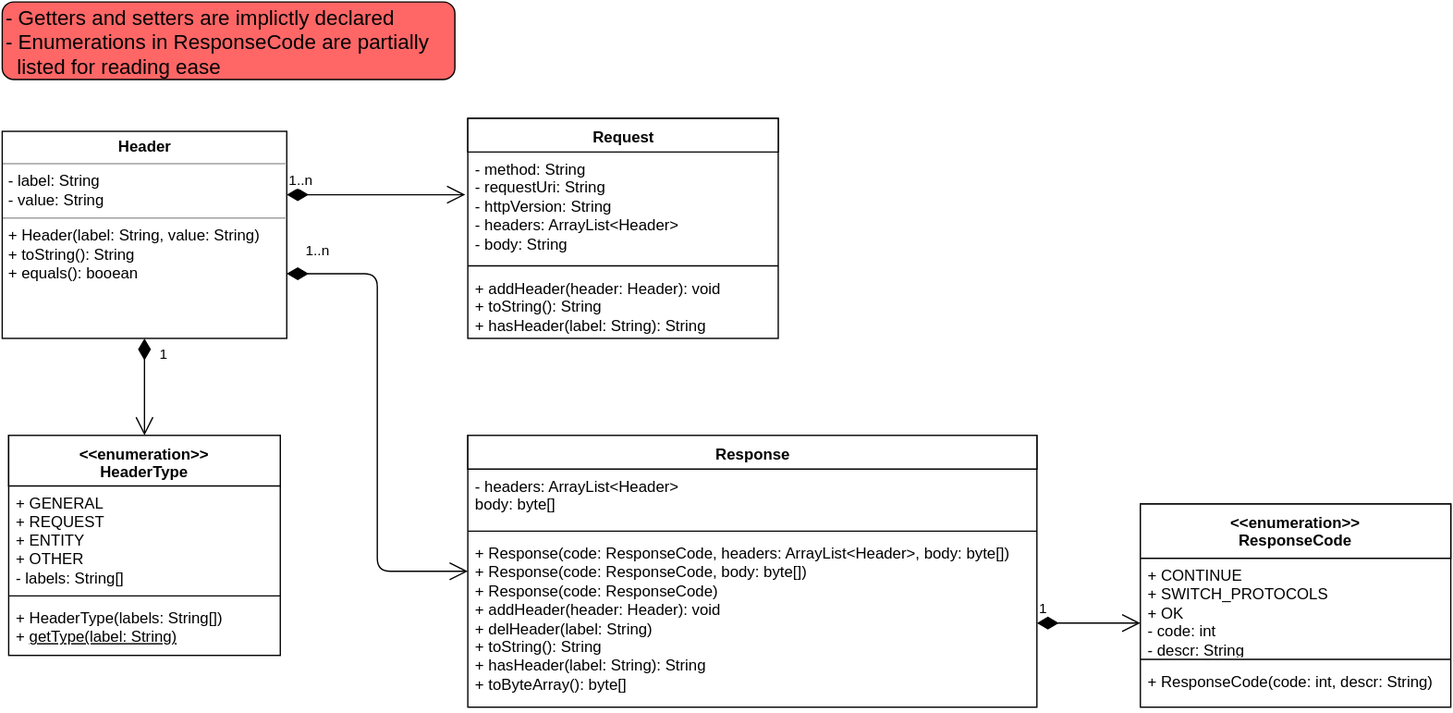
The draw.io diagram uml/Java_Projet.svg in Julien00859/JWS, before a commit. Source tidied: cells renumbered, new cells last; positions are measured from the earlier drawing's top-left corner, leaving out a move shared by most shapes. Source of this version:
```xml
<mxGraphModel background="#ffffff">
  <root>
    <mxCell id="0" style="html=1;" />
    <mxCell id="1" style="html=1;" parent="0" />
    <mxCell id="2" value="&lt;p style=&quot;margin: 0px ; margin-top: 4px ; text-align: center&quot;&gt;&lt;b&gt;Header&lt;/b&gt;&lt;/p&gt;&lt;hr size=&quot;1&quot;&gt;&lt;p style=&quot;margin: 0px ; margin-left: 4px&quot;&gt;- label: String&lt;/p&gt;&lt;p style=&quot;margin: 0px ; margin-left: 4px&quot;&gt;- value: String&lt;/p&gt;&lt;hr size=&quot;1&quot;&gt;&lt;p style=&quot;margin: 0px ; margin-left: 4px&quot;&gt;+ Header(label: String, value: String)&lt;/p&gt;&lt;p style=&quot;margin: 0px ; margin-left: 4px&quot;&gt;+ toString(): String&lt;/p&gt;&lt;p style=&quot;margin: 0px ; margin-left: 4px&quot;&gt;+ equals(): booean&lt;/p&gt;&lt;p style=&quot;margin: 0px ; margin-left: 4px&quot;&gt;&lt;br&gt;&lt;/p&gt;" style="verticalAlign=top;align=left;overflow=fill;fontSize=12;fontFamily=Helvetica;html=1;" parent="1" vertex="1">
      <mxGeometry y="100" width="220" height="160" as="geometry" />
    </mxCell>
    <mxCell id="3" value="&lt;div&gt;&lt;span&gt;&amp;lt;&amp;lt;enumeration&amp;gt;&amp;gt;&lt;br&gt;HeaderType&lt;/span&gt;&lt;br&gt;&lt;/div&gt;" style="swimlane;html=1;fontStyle=1;align=center;verticalAlign=top;horizontal=1;startSize=39;swimlaneFillColor=#ffffff;" parent="1" vertex="1">
      <mxGeometry x="5" y="335" width="210" height="170" as="geometry" />
    </mxCell>
    <mxCell id="4" value="+ GENERAL&lt;div&gt;+ REQUEST&lt;br&gt;+ ENTITY&lt;br&gt;+ OTHER&lt;/div&gt;&lt;div&gt;- labels: String[]&lt;/div&gt;" style="text;html=1;strokeColor=none;fillColor=none;align=left;verticalAlign=top;spacingLeft=4;spacingRight=4;whiteSpace=wrap;overflow=hidden;" parent="3" vertex="1">
      <mxGeometry y="39" width="210" height="81" as="geometry" />
    </mxCell>
    <mxCell id="5" style="line;html=1;strokeWidth=1;fillColor=none;align=left;verticalAlign=middle;spacingTop=-1;spacingLeft=3;spacingRight=3;labelPosition=right;" parent="3" vertex="1">
      <mxGeometry y="120" width="210" height="8" as="geometry" />
    </mxCell>
    <mxCell id="6" value="+ HeaderType(labels: String[])&lt;div&gt;+ &lt;u&gt;getType(label: String)&lt;/u&gt;&lt;/div&gt;" style="text;html=1;strokeColor=none;fillColor=none;align=left;verticalAlign=top;spacingLeft=4;spacingRight=4;whiteSpace=wrap;overflow=hidden;" parent="3" vertex="1">
      <mxGeometry y="128" width="210" height="42" as="geometry" />
    </mxCell>
    <mxCell id="7" value="Request" style="swimlane;html=1;fontStyle=1;align=center;verticalAlign=top;horizontal=1;startSize=26;swimlaneFillColor=#ffffff;" parent="1" vertex="1">
      <mxGeometry x="360" y="90" width="240" height="170" as="geometry" />
    </mxCell>
    <mxCell id="8" value="- method: String&lt;div&gt;- requestUri: String&lt;/div&gt;&lt;div&gt;- httpVersion: String&lt;/div&gt;&lt;div&gt;- headers: ArrayList&amp;lt;Header&amp;gt;&lt;/div&gt;&lt;div&gt;- body: String&lt;/div&gt;" style="text;html=1;strokeColor=none;fillColor=none;align=left;verticalAlign=top;spacingLeft=4;spacingRight=4;whiteSpace=wrap;overflow=hidden;points=[[0,0.5],[1,0.5]];portConstraint=eastwest;" parent="7" vertex="1">
      <mxGeometry y="26" width="240" height="84" as="geometry" />
    </mxCell>
    <mxCell id="9" style="line;html=1;strokeWidth=1;fillColor=none;align=left;verticalAlign=middle;spacingTop=-1;spacingLeft=3;spacingRight=3;labelPosition=right;" parent="7" vertex="1">
      <mxGeometry y="110" width="240" height="8" as="geometry" />
    </mxCell>
    <mxCell id="10" value="&lt;div&gt;+ addHeader(header: Header): void&lt;/div&gt;&lt;div&gt;+ toString(): String&lt;/div&gt;&lt;div&gt;+ hasHeader(label: String): String&lt;/div&gt;" style="text;html=1;strokeColor=none;fillColor=none;align=left;verticalAlign=top;spacingLeft=4;spacingRight=4;whiteSpace=wrap;overflow=hidden;" parent="7" vertex="1">
      <mxGeometry y="118" width="240" height="52" as="geometry" />
    </mxCell>
    <mxCell id="11" value="Response" style="swimlane;html=1;fontStyle=1;align=center;verticalAlign=top;horizontal=1;startSize=26;swimlaneFillColor=#ffffff;" parent="1" vertex="1">
      <mxGeometry x="360" y="335" width="440" height="210" as="geometry" />
    </mxCell>
    <mxCell id="12" value="&lt;div&gt;- headers: ArrayList&amp;lt;Header&amp;gt;&lt;/div&gt;&lt;div&gt;body: byte[]&lt;/div&gt;" style="text;html=1;strokeColor=none;fillColor=none;align=left;verticalAlign=top;spacingLeft=4;spacingRight=4;whiteSpace=wrap;overflow=hidden;" parent="11" vertex="1">
      <mxGeometry y="26" width="440" height="44" as="geometry" />
    </mxCell>
    <mxCell id="13" style="line;html=1;strokeWidth=1;fillColor=none;align=left;verticalAlign=middle;spacingTop=-1;spacingLeft=3;spacingRight=3;labelPosition=right;" parent="11" vertex="1">
      <mxGeometry y="70" width="440" height="8" as="geometry" />
    </mxCell>
    <mxCell id="14" value="+ Response(code: ResponseCode, headers: ArrayList&amp;lt;Header&amp;gt;, body: byte[])&lt;div&gt;+ Response(code: ResponseCode, body: byte[])&lt;/div&gt;&lt;div&gt;+ Response(code: ResponseCode)&lt;br&gt;&lt;div&gt;&lt;div&gt;+ addHeader(header: Header): void&lt;/div&gt;&lt;div&gt;+ delHeader(label: String)&lt;/div&gt;&lt;div&gt;+ toString(): String&lt;/div&gt;&lt;div&gt;+ hasHeader(label: String): String&lt;/div&gt;&lt;/div&gt;&lt;/div&gt;&lt;div&gt;+ toByteArray(): byte[]&lt;/div&gt;" style="text;html=1;strokeColor=none;fillColor=none;align=left;verticalAlign=top;spacingLeft=4;spacingRight=4;whiteSpace=wrap;overflow=hidden;" parent="11" vertex="1">
      <mxGeometry y="78" width="440" height="132" as="geometry" />
    </mxCell>
    <mxCell id="15" value="&lt;div&gt;&amp;lt;&amp;lt;enumeration&amp;gt;&amp;gt;&lt;/div&gt;ResponseCode" style="swimlane;html=1;fontStyle=1;align=center;verticalAlign=top;horizontal=1;startSize=42;swimlaneFillColor=#ffffff;" parent="1" vertex="1">
      <mxGeometry x="880" y="388" width="240" height="157" as="geometry" />
    </mxCell>
    <mxCell id="16" value="+ CONTINUE&lt;div&gt;+ SWITCH_PROTOCOLS&lt;/div&gt;&lt;div&gt;+ OK&lt;/div&gt;&lt;div&gt;- code: int&lt;/div&gt;&lt;div&gt;- descr: String&lt;/div&gt;&lt;div&gt;&lt;br&gt;&lt;/div&gt;" style="text;html=1;strokeColor=none;fillColor=none;align=left;verticalAlign=top;spacingLeft=4;spacingRight=4;whiteSpace=wrap;overflow=hidden;" parent="15" vertex="1">
      <mxGeometry y="42" width="240" height="74" as="geometry" />
    </mxCell>
    <mxCell id="17" style="line;html=1;strokeWidth=1;fillColor=none;align=left;verticalAlign=middle;spacingTop=-1;spacingLeft=3;spacingRight=3;labelPosition=right;" parent="15" vertex="1">
      <mxGeometry y="116" width="240" height="8" as="geometry" />
    </mxCell>
    <mxCell id="18" value="+ ResponseCode(code: int, descr: String)&lt;div&gt;&lt;br&gt;&lt;/div&gt;" style="text;html=1;strokeColor=none;fillColor=none;align=left;verticalAlign=top;spacingLeft=4;spacingRight=4;whiteSpace=wrap;overflow=hidden;" parent="15" vertex="1">
      <mxGeometry y="124" width="240" height="26" as="geometry" />
    </mxCell>
    <mxCell id="19" value="&lt;span style=&quot;font-size: 16px&quot;&gt;- Getters and setters are implictly declared&lt;br&gt;- Enumerations in ResponseCode are partially &amp;nbsp; &amp;nbsp; &amp;nbsp; listed for reading ease&lt;/span&gt;" style="rounded=1;whiteSpace=wrap;html=1;fillColor=#FF6666;align=left;" parent="1" vertex="1">
      <mxGeometry width="350" height="60" as="geometry" />
    </mxCell>
    <mxCell id="20" value="1" style="endArrow=open;html=1;endSize=12;startArrow=diamondThin;startSize=14;startFill=1;edgeStyle=orthogonalEdgeStyle;align=left;verticalAlign=bottom;exitX=0.5;exitY=1;" parent="1" edge="1" source="2" target="3">
      <mxGeometry x="-0.47" y="10" relative="1" as="geometry" />
    </mxCell>
    <mxCell id="21" value="1..n" style="endArrow=open;html=1;endSize=12;startArrow=diamondThin;startSize=14;startFill=1;edgeStyle=orthogonalEdgeStyle;align=left;verticalAlign=bottom;" parent="1" edge="1">
      <mxGeometry x="-0.93" y="10" relative="1" as="geometry">
        <mxPoint x="220" y="210" as="sourcePoint" />
        <mxPoint x="360" y="440" as="targetPoint" />
        <Array as="points">
          <mxPoint x="220" y="210" />
          <mxPoint x="290" y="210" />
          <mxPoint x="290" y="440" />
        </Array>
      </mxGeometry>
    </mxCell>
    <mxCell id="22" value="1..n" style="endArrow=open;html=1;endSize=12;startArrow=diamondThin;startSize=14;startFill=1;edgeStyle=orthogonalEdgeStyle;align=left;verticalAlign=bottom;entryX=-0.008;entryY=0.393;entryPerimeter=0;" parent="1" edge="1" target="8">
      <mxGeometry x="-1" y="3" relative="1" as="geometry">
        <mxPoint x="220" y="149" as="sourcePoint" />
      </mxGeometry>
    </mxCell>
    <mxCell id="23" value="1" style="endArrow=open;html=1;endSize=12;startArrow=diamondThin;startSize=14;startFill=1;edgeStyle=orthogonalEdgeStyle;align=left;verticalAlign=bottom;" parent="1" edge="1">
      <mxGeometry x="-1" y="3" relative="1" as="geometry">
        <mxPoint x="800" y="480" as="sourcePoint" />
        <mxPoint x="880" y="480" as="targetPoint" />
      </mxGeometry>
    </mxCell>
  </root>
</mxGraphModel>
```
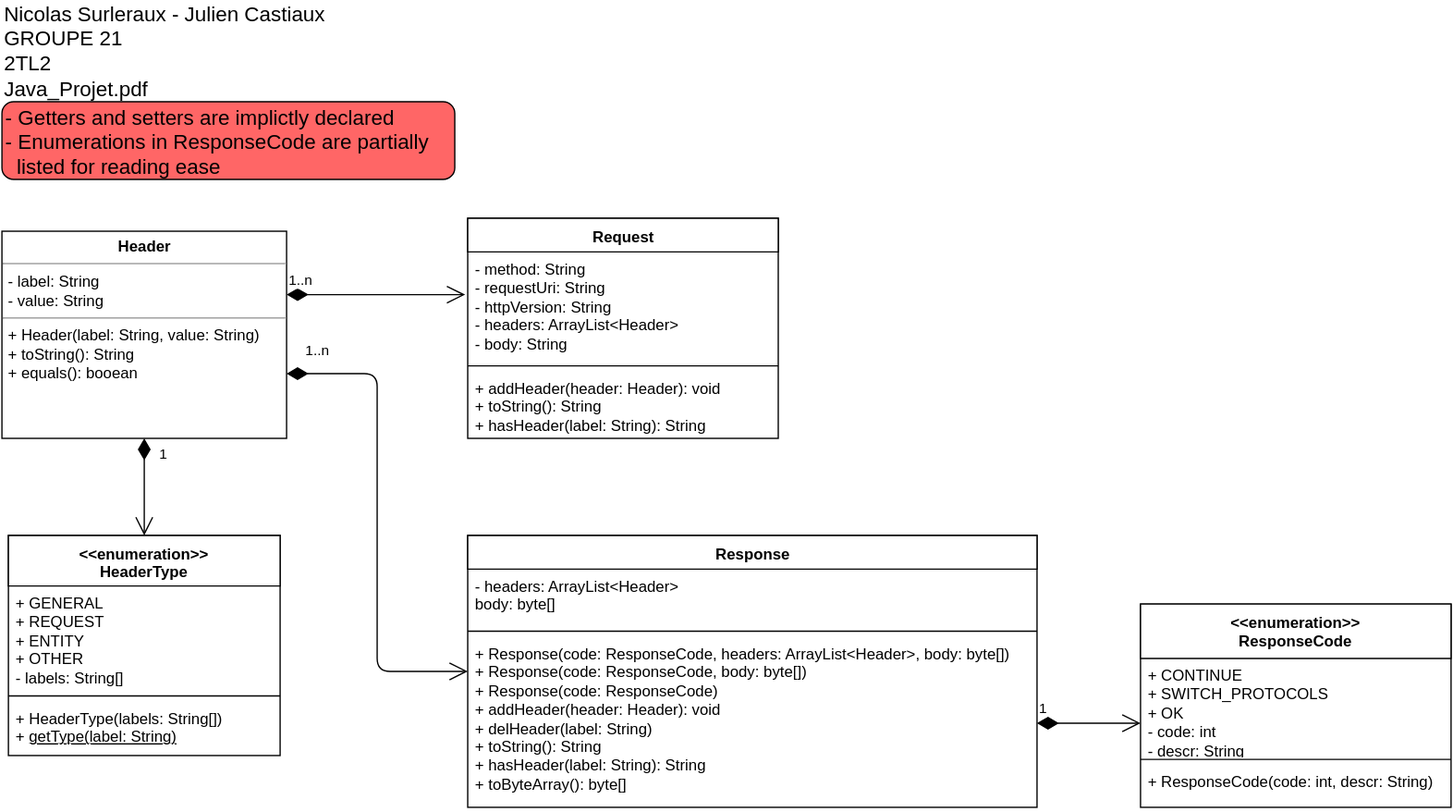
After the change.

Commit message:
Update UML (group number)

What changed in the source:
```diff
@@ -81,5 +81,8 @@
         <mxPoint x="880" y="480" as="targetPoint" />
       </mxGeometry>
     </mxCell>
+    <mxCell id="24" value="Nicolas Surleraux - Julien Castiaux GROUPE 21&lt;br&gt;2TL2&lt;br&gt;Java_Projet.pdf" style="text;html=1;strokeColor=none;fillColor=none;align=left;verticalAlign=middle;whiteSpace=wrap;fontSize=16;" parent="1" vertex="1">
+      <mxGeometry y="-50" width="260" height="20" as="geometry" />
+    </mxCell>
   </root>
 </mxGraphModel>
```
